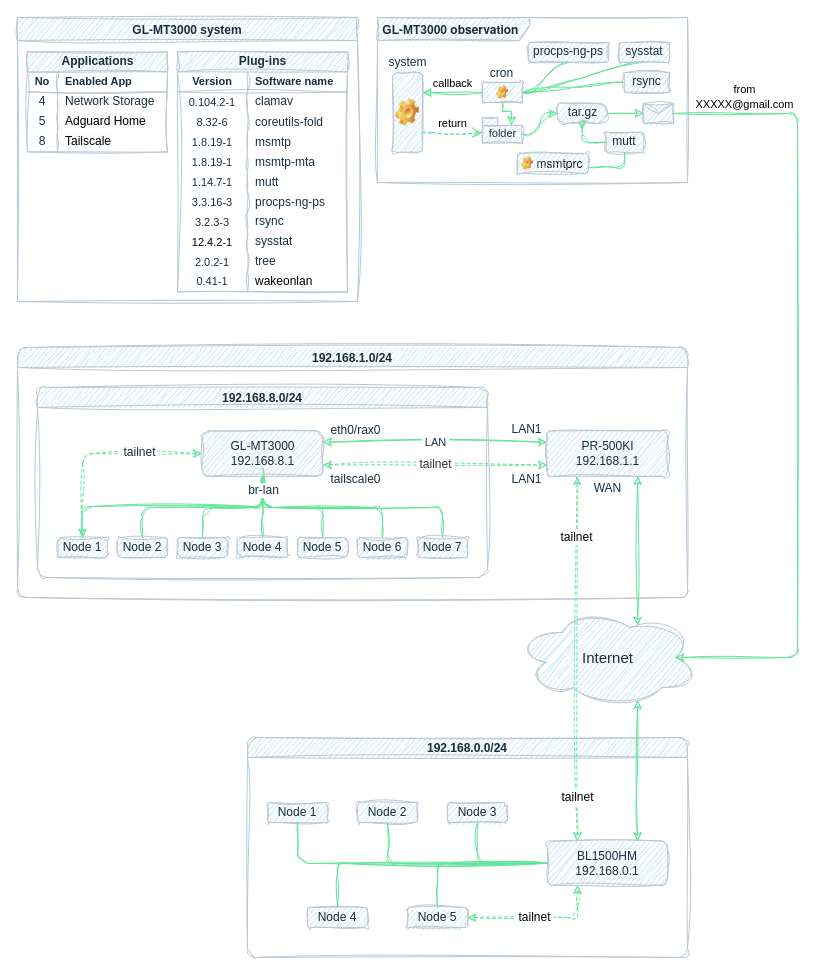
The draw.io diagram ネットワーク構成図/GL-MT3000 NW論理構成図.drawio in virtualitypage/draw.io, before the edit. Source tidied: cells renumbered, new cells numbered last; positions are measured from the earlier drawing's top-left corner, leaving out a move shared by most shapes. Both pictures are drawn from the tidied source at 100%, with x=0, y=0 at pixel (17, 17).
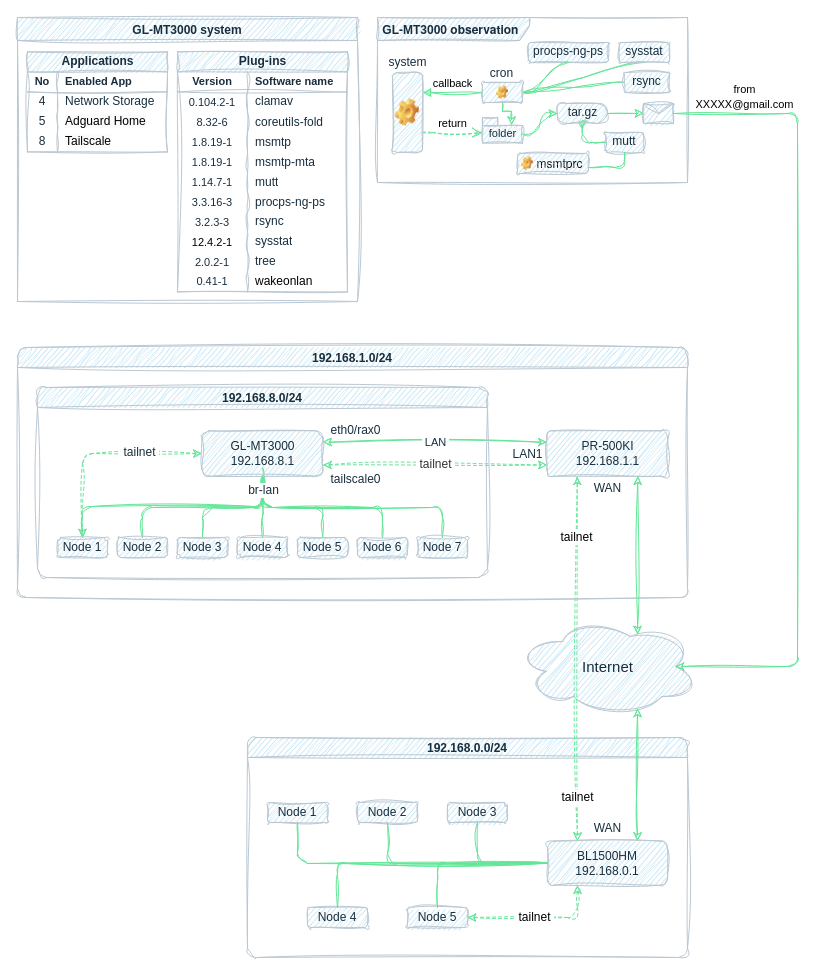
Above is the later version.

Commit message (it also covers changes not shown here):
GL-MT3000 NW論理構成図.drawio を更新

The change refers to these unchanged cells:
```xml
<mxCell id="2" value="192.168.0.0/24" style="swimlane;startSize=20;horizontal=1;containerType=tree;newEdgeStyle={&quot;edgeStyle&quot;:&quot;elbowEdgeStyle&quot;,&quot;startArrow&quot;:&quot;none&quot;,&quot;endArrow&quot;:&quot;none&quot;};fillStyle=auto;labelBackgroundColor=none;labelBorderColor=none;rounded=1;fillColor=#B1DDF0;strokeColor=#BAC8D3;fontColor=#182E3E;sketch=1;curveFitting=1;jiggle=2;" parent="1" vertex="1">
  <mxGeometry x="230" y="720" width="440" height="220" as="geometry" />
</mxCell>
<mxCell id="37" value="PR-500KI&lt;div&gt;192.168.1.1&lt;/div&gt;" style="whiteSpace=wrap;html=1;align=center;newEdgeStyle={&quot;edgeStyle&quot;:&quot;elbowEdgeStyle&quot;,&quot;startArrow&quot;:&quot;none&quot;,&quot;endArrow&quot;:&quot;none&quot;};verticalAlign=middle;labelBackgroundColor=none;labelBorderColor=none;rounded=1;fillColor=#B1DDF0;strokeColor=#BAC8D3;fontColor=#182E3E;sketch=1;curveFitting=1;jiggle=2;" parent="1" vertex="1">
  <mxGeometry x="529.5" y="413.3" width="121" height="45.5" as="geometry" />
</mxCell>
<mxCell id="39" value="BL1500HM&lt;div&gt;192.168.0.1&lt;/div&gt;" style="whiteSpace=wrap;html=1;align=center;newEdgeStyle={&quot;edgeStyle&quot;:&quot;elbowEdgeStyle&quot;,&quot;startArrow&quot;:&quot;none&quot;,&quot;endArrow&quot;:&quot;none&quot;};verticalAlign=middle;labelBackgroundColor=none;labelBorderColor=none;rounded=1;fillColor=#B1DDF0;strokeColor=#BAC8D3;fontColor=#182E3E;sketch=1;curveFitting=1;jiggle=2;" parent="1" vertex="1">
  <mxGeometry x="530" y="823.5" width="120" height="44.2" as="geometry" />
</mxCell>
```

Diff of the diagram source:
```diff
@@
+    <mxCell id="139" value="WAN" style="edgeLabel;html=1;align=center;verticalAlign=middle;fontFamily=Helvetica;fontSize=12;labelBackgroundColor=none;labelBorderColor=none;rounded=1;fontColor=#182E3E;sketch=1;curveFitting=1;jiggle=2;" parent="2" vertex="1">
+      <mxGeometry x="368" y="103.5" as="geometry">
+        <mxPoint x="-9" y="-13" as="offset" />
+      </mxGeometry>
+    </mxCell>
@@
     <mxCell id="14" value="&lt;font style=&quot;font-size: 15px;&quot;&gt;Internet&lt;/font&gt;" style="ellipse;shape=cloud;whiteSpace=wrap;html=1;align=center;verticalAlign=middle;fontFamily=Helvetica;fontSize=12;labelBackgroundColor=none;labelBorderColor=none;rounded=1;fillColor=#B1DDF0;fontColor=#182E3E;strokeColor=#BAC8D3;sketch=1;curveFitting=1;jiggle=2;" parent="1" vertex="1">
-      <mxGeometry x="500" y="590" width="180.5" height="100" as="geometry" />
+      <mxGeometry x="500" y="599" width="180.5" height="100" as="geometry" />
     </mxCell>
@@
-    <mxCell id="17" value="LAN1" style="edgeLabel;html=1;align=center;verticalAlign=middle;fontFamily=Helvetica;fontSize=12;labelBackgroundColor=none;labelBorderColor=none;rounded=1;fontColor=#182E3E;sketch=1;curveFitting=1;jiggle=2;" parent="1" vertex="1">
-      <mxGeometry x="517" y="474" as="geometry">
-        <mxPoint x="-9" y="-13" as="offset" />
-      </mxGeometry>
-    </mxCell>
     <mxCell id="18" value="LAN1" style="edgeLabel;html=1;align=center;verticalAlign=middle;fontFamily=Helvetica;fontSize=12;labelBackgroundColor=none;labelBorderColor=none;rounded=1;fontColor=#182E3E;sketch=1;curveFitting=1;jiggle=2;" parent="1" vertex="1">
-      <mxGeometry x="517" y="424" as="geometry">
+      <mxGeometry x="518" y="449" as="geometry">
         <mxPoint x="-9" y="-13" as="offset" />
       </mxGeometry>
     </mxCell>
@@
     <mxCell id="38" style="endArrow=classic;html=1;rounded=1;endFill=1;startArrow=classic;startFill=1;entryX=0.75;entryY=1;entryDx=0;entryDy=0;labelBackgroundColor=none;fontColor=default;labelBorderColor=none;strokeColor=#60E696;sketch=1;curveFitting=1;jiggle=2;" parent="1" edge="1" target="37">
       <mxGeometry relative="1" as="geometry">
-        <mxPoint x="620" y="608" as="sourcePoint" />
+        <mxPoint x="620" y="617" as="sourcePoint" />
       </mxGeometry>
     </mxCell>
@@
     <mxCell id="40" style="endArrow=classic;html=1;rounded=1;endFill=1;startArrow=classic;startFill=1;exitX=0.75;exitY=0;exitDx=0;exitDy=0;labelBackgroundColor=none;fontColor=default;labelBorderColor=none;strokeColor=#60E696;sketch=1;curveFitting=1;jiggle=2;" parent="1" edge="1" source="39">
       <mxGeometry relative="1" as="geometry">
-        <mxPoint x="620" y="683" as="targetPoint" />
+        <mxPoint x="620" y="691" as="targetPoint" />
       </mxGeometry>
     </mxCell>
```
